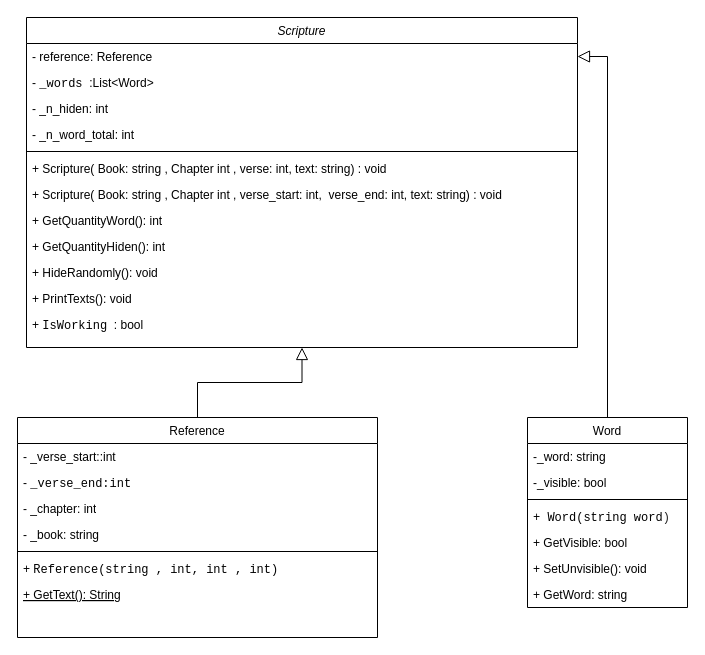
amaurisiqueira/CSE-210 keeps this draw.io diagram as prove/Develop05/Develop05.drawio. Above is the earlier version. Source tidied: cells renumbered, new cells numbered last; positions are measured from the earlier drawing's top-left corner, leaving out a move shared by most shapes. Both pictures are drawn from the tidied source at 100%, with x=0, y=0 at pixel (17, 17).
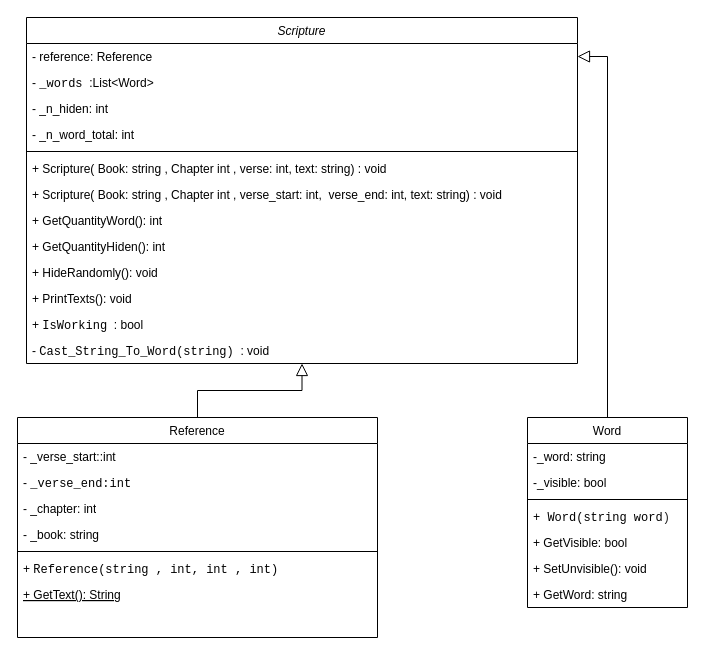
After the change.

Change to the diagram source:
```diff
@@
     <mxCell id="2" value="Scripture" style="swimlane;fontStyle=2;align=center;verticalAlign=top;horizontal=1;startSize=26;rounded=0;shadow=0;strokeWidth=1;" parent="1" vertex="1">
-      <mxGeometry x="9" width="551" height="330" as="geometry" />
+      <mxGeometry x="9" width="551" height="346" as="geometry" />
     </mxCell>
@@
+    <mxCell id="33" value="-&amp;nbsp;&lt;font face=&quot;Monospace&quot;&gt;Cast_String_To_Word(string)&lt;/font&gt;&amp;nbsp; : void" style="text;strokeColor=none;fillColor=none;align=left;verticalAlign=top;spacingLeft=4;spacingRight=4;overflow=hidden;whiteSpace=wrap;html=1;" parent="2" vertex="1">
+      <mxGeometry y="320" width="551" height="26" as="geometry" />
+    </mxCell>
```
